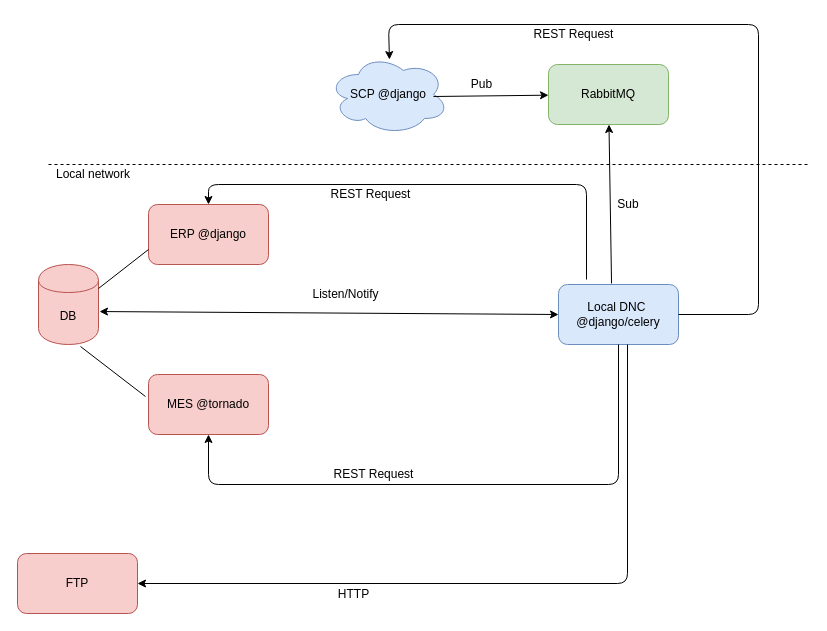
Above: cloud-local.drawio in sf-test/org-repo (draw.io), before the change. Source tidied: cells renumbered, new cells numbered last; positions are measured from the earlier drawing's top-left corner, leaving out a move shared by most shapes. Both pictures are drawn from the tidied source at 100%, with x=0, y=0 at pixel (17, 24).
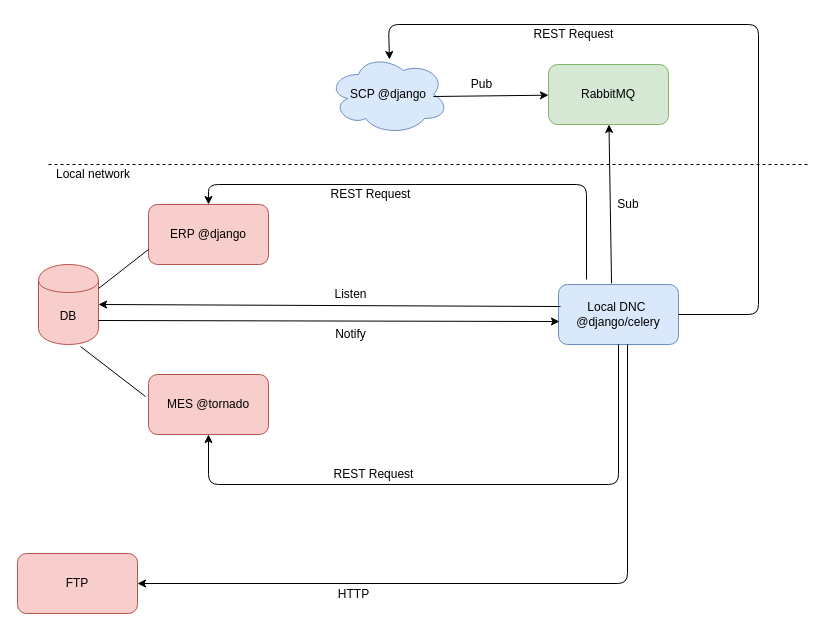
The same diagram, later.

The change refers to these unchanged cells:
```xml
<mxCell id="8" value="DB" style="shape=cylinder;whiteSpace=wrap;html=1;boundedLbl=1;backgroundOutline=1;fillColor=#f8cecc;strokeColor=#b85450;" parent="1" vertex="1">
  <mxGeometry x="21" y="240" width="60" height="80" as="geometry" />
</mxCell>
<mxCell id="10" value="Local DNC&amp;nbsp; @django/celery" style="rounded=1;whiteSpace=wrap;html=1;fillColor=#dae8fc;strokeColor=#6c8ebf;" parent="1" vertex="1">
  <mxGeometry x="541" y="260" width="120" height="60" as="geometry" />
</mxCell>
```

The edit, as a diff of the source:
```diff
@@
-    <mxCell id="11" value="Listen/Notify" style="text;html=1;align=center;verticalAlign=middle;" parent="1" vertex="1">
-      <mxGeometry x="283" y="260" width="90" height="20" as="geometry" />
+    <mxCell id="11" value="Listen" style="text;html=1;align=center;verticalAlign=middle;" parent="1" vertex="1">
+      <mxGeometry x="308" y="260" width="50" height="20" as="geometry" />
     </mxCell>
@@
+    <mxCell id="27" style="endArrow=classic;html=1;entryX=1;entryY=0.5;entryDx=0;entryDy=0;exitX=0.017;exitY=0.367;exitDx=0;exitDy=0;exitPerimeter=0;" parent="1" edge="1" source="10" target="8">
+      <mxGeometry relative="1" as="geometry" />
+    </mxCell>
+    <mxCell id="28" value="Notify" style="text;html=1;align=center;verticalAlign=middle;" parent="1" vertex="1">
+      <mxGeometry x="308" y="300" width="50" height="20" as="geometry" />
+    </mxCell>
-    <mxCell id="26" style="endArrow=classic;startArrow=classic;html=1;exitX=1.017;exitY=0.588;exitDx=0;exitDy=0;entryX=0;entryY=0.5;entryDx=0;entryDy=0;exitPerimeter=0;" parent="1" edge="1" source="8" target="10">
+    <mxCell id="26" style="endArrow=classic;html=1;exitX=1;exitY=0.7;exitDx=0;exitDy=0;entryX=0.008;entryY=0.617;entryDx=0;entryDy=0;entryPerimeter=0;" parent="1" edge="1" source="8" target="10">
       <mxGeometry relative="1" as="geometry" />
     </mxCell>
```
